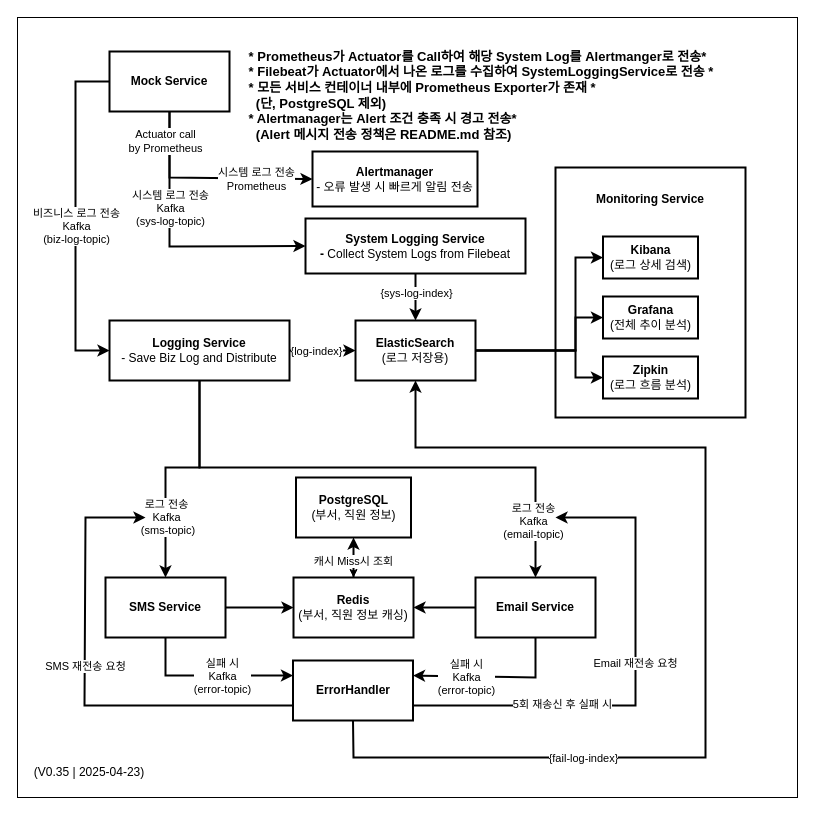
This is docs/architecture/MsaLogHandleProjects.drawio from rihee1214/logstream-alert-system, a draw.io file, before an edit. Source tidied: cells renumbered, new cells numbered last; positions are measured from the earlier drawing's top-left corner, leaving out a move shared by most shapes. Both pictures are drawn from the tidied source at 100%, with x=0, y=0 at pixel (17, 17).
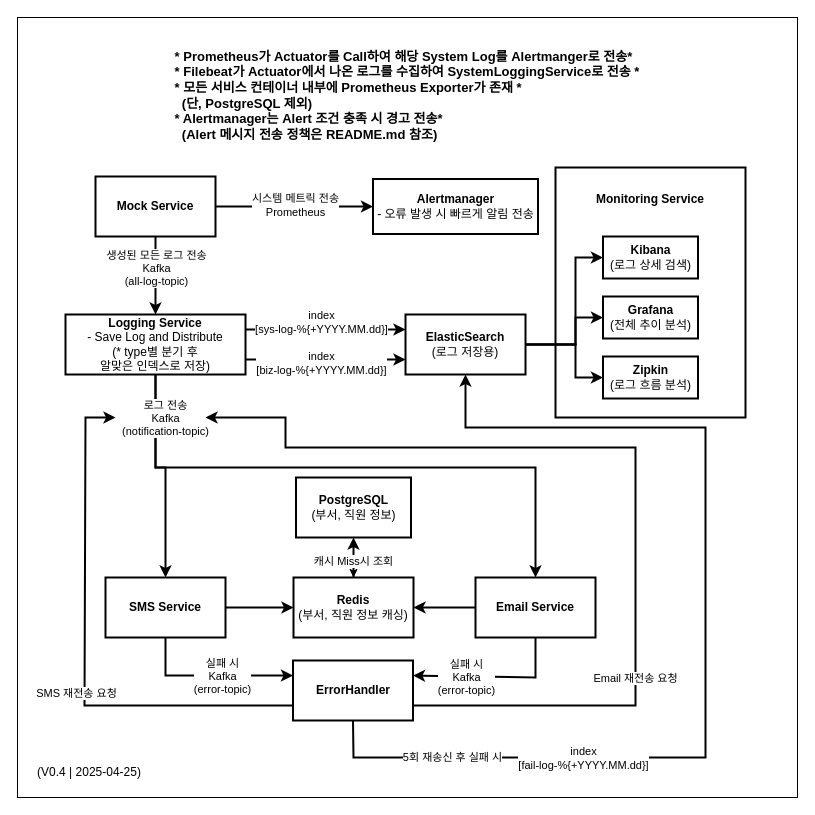
The same diagram, later.

Commit message (it also covers changes not shown here):
Refactor: Unified logging policy and updated architecture & documentation 리팩터링: 로그 정책 통합 및 아키텍처/문서 업데이트

Unchanged cells that the change refers to:
```xml
<mxCell id="11" value="&lt;font style=&quot;color: light-dark(rgb(0, 0, 0), rgb(0, 0, 0));&quot;&gt;&lt;b&gt;SMS Service&lt;/b&gt;&lt;/font&gt;" style="rounded=0;whiteSpace=wrap;html=1;fillColor=light-dark(#FFFFFF,#E8F0FE);strokeColor=light-dark(#000000,#333333);strokeWidth=2;" parent="1" vertex="1">
  <mxGeometry x="88" y="560" width="120" height="60" as="geometry" />
</mxCell>
<mxCell id="14" value="&lt;font style=&quot;color: light-dark(rgb(0, 0, 0), rgb(0, 0, 0));&quot;&gt;&lt;b&gt;Email Service&lt;/b&gt;&lt;/font&gt;" style="rounded=0;whiteSpace=wrap;html=1;fillColor=light-dark(#FFFFFF,#E8F0FE);strokeColor=light-dark(#000000,#333333);strokeWidth=2;" parent="1" vertex="1">
  <mxGeometry x="458" y="560" width="120" height="60" as="geometry" />
</mxCell>
<mxCell id="22" value="&lt;font style=&quot;color: light-dark(rgb(0, 0, 0), rgb(0, 0, 0));&quot;&gt;&lt;b&gt;ErrorHandler&lt;/b&gt;&lt;/font&gt;" style="rounded=0;whiteSpace=wrap;html=1;fillColor=light-dark(#FFFFFF,#E8F0FE);strokeColor=light-dark(#000000,#333333);strokeWidth=2;" parent="1" vertex="1">
  <mxGeometry x="275.5" y="643" width="120" height="60" as="geometry" />
</mxCell>
<mxCell id="33" value="&lt;font style=&quot;color: light-dark(rgb(0, 0, 0), rgb(0, 0, 0));&quot;&gt;&lt;b&gt;Kibana&lt;/b&gt;&lt;br&gt;(로그 상세 검색)&lt;/font&gt;" style="rounded=0;whiteSpace=wrap;html=1;fillColor=light-dark(#FFFFFF,#E8F0FE);strokeColor=light-dark(#000000,#333333);strokeWidth=2;" parent="1" vertex="1">
  <mxGeometry x="585.5" y="219" width="95" height="42" as="geometry" />
</mxCell>
<mxCell id="34" value="&lt;font style=&quot;color: light-dark(rgb(0, 0, 0), rgb(0, 0, 0));&quot;&gt;&lt;b&gt;Grafana&lt;br&gt;&lt;/b&gt;(전체 추이 분석)&lt;/font&gt;" style="rounded=0;whiteSpace=wrap;html=1;fillColor=light-dark(#FFFFFF,#E8F0FE);strokeColor=light-dark(#000000,#333333);strokeWidth=2;" parent="1" vertex="1">
  <mxGeometry x="585.5" y="279" width="95" height="42" as="geometry" />
</mxCell>
<mxCell id="46" value="&lt;font style=&quot;color: light-dark(rgb(0, 0, 0), rgb(0, 0, 0));&quot;&gt;&lt;b&gt;Zipkin&lt;br&gt;&lt;/b&gt;(로그 흐름 분석)&lt;/font&gt;" style="rounded=0;whiteSpace=wrap;html=1;fillColor=light-dark(#FFFFFF,#E8F0FE);strokeColor=light-dark(#000000,#333333);strokeWidth=2;" parent="1" vertex="1">
  <mxGeometry x="585.5" y="339" width="95" height="42" as="geometry" />
</mxCell>
```

What changed in the source:
```diff
@@
     <mxCell id="4" value="&lt;font style=&quot;color: light-dark(rgb(0, 0, 0), rgb(0, 0, 0));&quot;&gt;&lt;b&gt;Mock Service&lt;/b&gt;&lt;/font&gt;" style="rounded=0;whiteSpace=wrap;html=1;strokeColor=light-dark(#000000,#333333);strokeWidth=2;fillColor=light-dark(#FFFFFF,#E8F0FE);" parent="1" vertex="1">
-      <mxGeometry x="92" y="34" width="120" height="60" as="geometry" />
+      <mxGeometry x="78" y="159" width="120" height="60" as="geometry" />
     </mxCell>
-    <mxCell id="5" value="&lt;font style=&quot;color: light-dark(rgb(0, 0, 0), rgb(0, 0, 0));&quot;&gt;&lt;b&gt;Logging Service&lt;/b&gt;&lt;/font&gt;&lt;div&gt;&lt;font style=&quot;color: light-dark(rgb(0, 0, 0), rgb(0, 0, 0));&quot;&gt;- Save Biz Log and Distribute&lt;/font&gt;&lt;/div&gt;" style="rounded=0;whiteSpace=wrap;html=1;fillColor=light-dark(#FFFFFF,#E8F0FE);strokeColor=light-dark(#000000,#333333);strokeWidth=2;" parent="1" vertex="1">
-      <mxGeometry x="92" y="303" width="180" height="60" as="geometry" />
+    <mxCell id="5" value="&lt;font style=&quot;color: light-dark(rgb(0, 0, 0), rgb(0, 0, 0));&quot;&gt;&lt;b&gt;Logging Service&lt;/b&gt;&lt;/font&gt;&lt;div&gt;&lt;font style=&quot;color: light-dark(rgb(0, 0, 0), rgb(0, 0, 0));&quot;&gt;- Save Log and Distribute&lt;/font&gt;&lt;/div&gt;&lt;div&gt;&lt;font style=&quot;color: light-dark(rgb(0, 0, 0), rgb(0, 0, 0));&quot;&gt;(* type별 분기 후&lt;/font&gt;&lt;/div&gt;&lt;div&gt;&lt;font style=&quot;color: light-dark(rgb(0, 0, 0), rgb(0, 0, 0));&quot;&gt;알맞은 인덱스로 저장)&lt;/font&gt;&lt;/div&gt;" style="rounded=0;whiteSpace=wrap;html=1;fillColor=light-dark(#FFFFFF,#E8F0FE);strokeColor=light-dark(#000000,#333333);strokeWidth=2;" parent="1" vertex="1">
+      <mxGeometry x="48" y="297" width="180" height="60" as="geometry" />
     </mxCell>
-    <mxCell id="6" style="endArrow=classic;html=1;rounded=0;entryX=0;entryY=0.5;entryDx=0;entryDy=0;strokeColor=light-dark(#000000,#333333);strokeWidth=2;exitX=0;exitY=0.5;exitDx=0;exitDy=0;" parent="1" edge="1" source="4" target="5">
-      <mxGeometry relative="1" as="geometry">
-        <Array as="points">
-          <mxPoint x="58" y="64" />
-          <mxPoint x="58" y="333" />
-        </Array>
-      </mxGeometry>
+    <mxCell id="6" style="endArrow=classic;html=1;rounded=0;entryX=0.5;entryY=0;entryDx=0;entryDy=0;strokeColor=light-dark(#000000,#333333);strokeWidth=2;exitX=0.5;exitY=1;exitDx=0;exitDy=0;" parent="1" edge="1" source="4" target="5">
+      <mxGeometry relative="1" as="geometry" />
     </mxCell>
-    <mxCell id="7" value="&lt;font style=&quot;&quot;&gt;비즈니스 로그 전송&lt;br&gt;Kafka &lt;br&gt;(biz-log-topic)&lt;/font&gt;" style="edgeLabel;html=1;align=center;verticalAlign=middle;labelBackgroundColor=light-dark(#FFFFFF,#FFFFFF);fontColor=light-dark(#000000,#000000);" parent="6" vertex="1">
+    <mxCell id="7" value="&lt;font style=&quot;&quot;&gt;생성된 모든 로그 전송&lt;br&gt;Kafka &lt;br&gt;(all-log-topic)&lt;/font&gt;" style="edgeLabel;html=1;align=center;verticalAlign=middle;labelBackgroundColor=light-dark(#FFFFFF,#FFFFFF);fontColor=light-dark(#000000,#000000);" parent="6" vertex="1">
       <mxGeometry relative="1" as="geometry">
-        <mxPoint y="9" as="offset" />
+        <mxPoint y="-8" as="offset" />
       </mxGeometry>
     </mxCell>
-    <mxCell id="8" style="endArrow=classic;html=1;rounded=0;exitX=1;exitY=0.5;exitDx=0;exitDy=0;entryX=0;entryY=0.5;entryDx=0;entryDy=0;strokeColor=light-dark(#000000,#333333);strokeWidth=2;" parent="1" edge="1" source="5" target="10">
+    <mxCell id="8" style="endArrow=classic;html=1;rounded=0;exitX=1;exitY=0.75;exitDx=0;exitDy=0;entryX=0;entryY=0.75;entryDx=0;entryDy=0;strokeColor=light-dark(#000000,#333333);strokeWidth=2;" parent="1" edge="1" source="5" target="10">
       <mxGeometry relative="1" as="geometry" />
     </mxCell>
-    <mxCell id="9" value="{log-index}" style="edgeLabel;html=1;align=center;verticalAlign=middle;labelBackgroundColor=light-dark(#FFFFFF,#FFFFFF);fontColor=light-dark(#000000,#000000);" parent="8" vertex="1">
+    <mxCell id="9" value="index&lt;div&gt;[biz-log-%{+YYYY.MM.dd}]&lt;/div&gt;" style="edgeLabel;html=1;align=center;verticalAlign=middle;labelBackgroundColor=light-dark(#FFFFFF,#FFFFFF);fontColor=light-dark(#000000,#000000);" parent="8" vertex="1">
       <mxGeometry relative="1" as="geometry">
-        <mxPoint x="-7" as="offset" />
+        <mxPoint x="-5" y="3" as="offset" />
       </mxGeometry>
     </mxCell>
     <mxCell id="10" value="&lt;font style=&quot;color: light-dark(rgb(0, 0, 0), rgb(0, 0, 0));&quot;&gt;&lt;b&gt;ElasticSearch&lt;/b&gt;&lt;/font&gt;&lt;div&gt;&lt;font style=&quot;color: light-dark(rgb(0, 0, 0), rgb(0, 0, 0));&quot;&gt;(로그 저장용)&lt;/font&gt;&lt;/div&gt;" style="rounded=0;whiteSpace=wrap;html=1;fillColor=light-dark(#FFFFFF,#E8F0FE);strokeColor=light-dark(#000000,#333333);strokeWidth=2;" parent="1" vertex="1">
-      <mxGeometry x="338" y="303" width="120" height="60" as="geometry" />
+      <mxGeometry x="388" y="297" width="120" height="60" as="geometry" />
     </mxCell>
@@
     <mxCell id="12" style="endArrow=classic;html=1;rounded=0;exitX=0.5;exitY=1;exitDx=0;exitDy=0;entryX=0.5;entryY=0;entryDx=0;entryDy=0;strokeColor=light-dark(#000000,#333333);strokeWidth=2;" parent="1" edge="1" source="5" target="11">
       <mxGeometry relative="1" as="geometry">
         <Array as="points">
-          <mxPoint x="182" y="450" />
+          <mxPoint x="138" y="450" />
           <mxPoint x="148" y="450" />
         </Array>
       </mxGeometry>
     </mxCell>
-    <mxCell id="13" value="&lt;font style=&quot;&quot;&gt;로그 전송&lt;br&gt;Kafka&lt;br&gt;&amp;nbsp;(sms-topic)&lt;/font&gt;" style="edgeLabel;html=1;align=center;verticalAlign=middle;labelBackgroundColor=light-dark(#FFFFFF,#FFFFFF);fontColor=light-dark(#000000,#000000);" parent="12" vertex="1">
-      <mxGeometry relative="1" as="geometry">
-        <mxPoint x="-5" y="49" as="offset" />
-      </mxGeometry>
-    </mxCell>
@@
     <mxCell id="15" style="endArrow=classic;html=1;rounded=0;exitX=0.5;exitY=1;exitDx=0;exitDy=0;entryX=0.5;entryY=0;entryDx=0;entryDy=0;strokeColor=light-dark(#000000,#333333);strokeWidth=2;" parent="1" edge="1" source="5" target="14">
       <mxGeometry relative="1" as="geometry">
         <Array as="points">
-          <mxPoint x="182" y="450" />
+          <mxPoint x="138" y="450" />
           <mxPoint x="518" y="450" />
         </Array>
       </mxGeometry>
     </mxCell>
-    <mxCell id="16" value="로그 전송&lt;br&gt;Kafka&lt;br&gt;(email-topic)" style="edgeLabel;html=1;align=center;verticalAlign=middle;labelBackgroundColor=light-dark(#FFFFFF,#FFFFFF);fontColor=light-dark(#000000,#000000);" parent="15" vertex="1">
+    <mxCell id="16" value="로그 전송&lt;br&gt;Kafka&lt;br&gt;(notification-topic)" style="edgeLabel;html=1;align=center;verticalAlign=middle;labelBackgroundColor=light-dark(#FFFFFF,#FFFFFF);fontColor=light-dark(#000000,#000000);" parent="15" vertex="1">
       <mxGeometry relative="1" as="geometry">
-        <mxPoint x="153" y="53" as="offset" />
+        <mxPoint x="-190" y="-50" as="offset" />
       </mxGeometry>
     </mxCell>
@@
     <mxCell id="23" style="endArrow=classic;html=1;rounded=0;entryX=0.5;entryY=1;entryDx=0;entryDy=0;exitX=0.5;exitY=1;exitDx=0;exitDy=0;strokeWidth=2;strokeColor=light-dark(#000000,#333333);" parent="1" edge="1" source="22" target="10">
       <mxGeometry relative="1" as="geometry">
         <Array as="points">
           <mxPoint x="336" y="740" />
           <mxPoint x="688" y="740" />
-          <mxPoint x="688" y="430" />
-          <mxPoint x="398" y="430" />
+          <mxPoint x="688" y="410" />
+          <mxPoint x="448" y="410" />
         </Array>
       </mxGeometry>
     </mxCell>
-    <mxCell id="24" value="{fail-log-index}" style="edgeLabel;html=1;align=center;verticalAlign=middle;labelBackgroundColor=light-dark(#FFFFFF,#FFFFFF);fontColor=light-dark(#000000,#000000);" parent="1" vertex="1">
+    <mxCell id="24" value="index&lt;br&gt;[fail-log-%{+YYYY.MM.dd}]" style="edgeLabel;html=1;align=center;verticalAlign=middle;labelBackgroundColor=light-dark(#FFFFFF,#FFFFFF);fontColor=light-dark(#000000,#000000);" parent="1" vertex="1">
       <mxGeometry x="565.5" y="740" as="geometry" />
     </mxCell>
@@
     <mxCell id="29" style="endArrow=classic;html=1;rounded=0;exitX=0;exitY=0.75;exitDx=0;exitDy=0;strokeWidth=2;strokeColor=light-dark(#000000,#333333);" parent="1" edge="1" source="22">
       <mxGeometry relative="1" as="geometry">
-        <mxPoint x="128" y="500" as="targetPoint" />
+        <mxPoint x="98" y="400" as="targetPoint" />
         <Array as="points">
           <mxPoint x="67" y="688" />
-          <mxPoint x="68" y="500" />
+          <mxPoint x="68" y="400" />
         </Array>
       </mxGeometry>
     </mxCell>
     <mxCell id="30" value="SMS 재전송 요청" style="edgeLabel;html=1;align=center;verticalAlign=middle;labelBackgroundColor=light-dark(#FFFFFF,#FFFFFF);fontColor=light-dark(#000000,#000000);" parent="29" vertex="1">
       <mxGeometry relative="1" as="geometry">
-        <mxPoint y="-20" as="offset" />
+        <mxPoint x="-9" y="42" as="offset" />
       </mxGeometry>
     </mxCell>
     <mxCell id="31" style="endArrow=classic;html=1;rounded=0;exitX=1;exitY=0.75;exitDx=0;exitDy=0;strokeWidth=2;strokeColor=light-dark(#000000,#333333);" parent="1" edge="1" source="22">
       <mxGeometry relative="1" as="geometry">
-        <mxPoint x="538" y="500" as="targetPoint" />
+        <mxPoint x="188" y="400" as="targetPoint" />
         <Array as="points">
           <mxPoint x="618" y="688" />
-          <mxPoint x="618" y="500" />
+          <mxPoint x="618" y="430" />
+          <mxPoint x="268" y="430" />
+          <mxPoint x="268" y="400" />
         </Array>
       </mxGeometry>
     </mxCell>
     <mxCell id="32" value="Email 재전송 요청" style="edgeLabel;html=1;align=center;verticalAlign=middle;labelBackgroundColor=light-dark(#FFFFFF,#FFFFFF);fontColor=light-dark(#000000,#000000);" parent="31" vertex="1">
       <mxGeometry relative="1" as="geometry">
-        <mxPoint x="-1" y="-20" as="offset" />
+        <mxPoint x="-1" y="220" as="offset" />
       </mxGeometry>
     </mxCell>
@@
-    <mxCell id="35" value="&lt;font style=&quot;color: light-dark(rgb(0, 0, 0), rgb(0, 0, 0));&quot;&gt;&lt;b style=&quot;&quot;&gt;System Logging Service&lt;br&gt;- &lt;/b&gt;Collect System Logs from Filebeat&lt;/font&gt;" style="rounded=0;whiteSpace=wrap;html=1;fillColor=light-dark(#FFFFFF,#E8F0FE);strokeColor=light-dark(#000000,#333333);strokeWidth=2;" parent="1" vertex="1">
-      <mxGeometry x="288" y="201" width="220" height="55" as="geometry" />
-    </mxCell>
-    <mxCell id="36" style="endArrow=classic;html=1;rounded=0;exitX=0.5;exitY=1;exitDx=0;exitDy=0;entryX=0.5;entryY=0;entryDx=0;entryDy=0;strokeColor=light-dark(#000000,#333333);strokeWidth=2;" parent="1" edge="1" source="35" target="10">
+    <mxCell id="36" style="endArrow=classic;html=1;rounded=0;exitX=1;exitY=0.25;exitDx=0;exitDy=0;entryX=0;entryY=0.25;entryDx=0;entryDy=0;strokeColor=light-dark(#000000,#333333);strokeWidth=2;" parent="1" edge="1" source="5" target="10">
       <mxGeometry relative="1" as="geometry" />
     </mxCell>
-    <mxCell id="37" value="{sys-log-index}" style="edgeLabel;html=1;align=center;verticalAlign=middle;labelBackgroundColor=light-dark(#FFFFFF,#FFFFFF);fontColor=light-dark(#000000,#000000);" parent="36" vertex="1">
+    <mxCell id="37" value="index&lt;div&gt;[sys-log-%{+YYYY.MM.dd}]&lt;/div&gt;" style="edgeLabel;html=1;align=center;verticalAlign=middle;labelBackgroundColor=light-dark(#FFFFFF,#FFFFFF);fontColor=light-dark(#000000,#000000);" parent="36" vertex="1">
       <mxGeometry relative="1" as="geometry">
-        <mxPoint y="-5" as="offset" />
+        <mxPoint x="-5" y="-8" as="offset" />
       </mxGeometry>
     </mxCell>
-    <mxCell id="38" value="&lt;font style=&quot;color: light-dark(rgb(0, 0, 0), rgb(0, 0, 0));&quot;&gt;(V0.35 | 2025-04-23)&lt;/font&gt;" style="text;html=1;align=center;verticalAlign=middle;whiteSpace=wrap;rounded=0;" parent="1" vertex="1">
+    <mxCell id="38" value="&lt;font style=&quot;color: light-dark(rgb(0, 0, 0), rgb(0, 0, 0));&quot;&gt;(V0.4 | 2025-04-25)&lt;/font&gt;" style="text;html=1;align=center;verticalAlign=middle;whiteSpace=wrap;rounded=0;" parent="1" vertex="1">
       <mxGeometry x="2" y="740" width="140" height="30" as="geometry" />
     </mxCell>
-    <mxCell id="39" style="endArrow=classic;html=1;rounded=0;exitX=0.5;exitY=1;exitDx=0;exitDy=0;entryX=0;entryY=0.5;entryDx=0;entryDy=0;strokeColor=light-dark(#000000,#333333);strokeWidth=2;" parent="1" edge="1" source="4" target="35">
-      <mxGeometry relative="1" as="geometry">
-        <Array as="points">
-          <mxPoint x="152" y="229" />
-        </Array>
-      </mxGeometry>
-    </mxCell>
-    <mxCell id="40" value="&lt;font style=&quot;&quot;&gt;시스템 로그 전송&lt;br&gt;Kafka &lt;br&gt;(sys-log-topic)&lt;/font&gt;" style="edgeLabel;html=1;align=center;verticalAlign=middle;labelBackgroundColor=light-dark(#FFFFFF,#FFFFFF);fontColor=light-dark(#000000,#000000);" parent="1" vertex="1">
-      <mxGeometry x="152" y="190" as="geometry" />
-    </mxCell>
     <mxCell id="41" value="&lt;div style=&quot;text-align: left;&quot;&gt;&lt;font style=&quot;font-size: 13px; color: light-dark(rgb(0, 0, 0), rgb(211, 84, 0));&quot;&gt;&lt;b style=&quot;&quot;&gt;* Prometheus가 Actuator를 Call하여 해당 System Log를 Alertmanger로 전송*&lt;/b&gt;&lt;/font&gt;&lt;/div&gt;&lt;div style=&quot;text-align: left;&quot;&gt;&lt;font style=&quot;font-size: 13px; color: light-dark(rgb(0, 0, 0), rgb(211, 84, 0));&quot;&gt;&lt;b style=&quot;&quot;&gt;* Filebeat가 Actuator에서 나온 로그를 수집하여 SystemLoggingService로 전송 *&lt;br&gt;&lt;/b&gt;&lt;/font&gt;&lt;/div&gt;&lt;div style=&quot;text-align: left;&quot;&gt;&lt;font style=&quot;&quot;&gt;&lt;font style=&quot;color: light-dark(rgb(0, 0, 0), rgb(211, 84, 0)); font-size: 13px;&quot;&gt;&lt;b&gt;* 모든 서비스 컨테이너 내부에&amp;nbsp;&lt;/b&gt;&lt;/font&gt;&lt;font style=&quot;color: light-dark(rgb(0, 0, 0), rgb(211, 84, 0));&quot;&gt;&lt;b style=&quot;background-color: transparent; font-size: 13px;&quot;&gt;Prometheus Exporter가 존재&lt;/b&gt;&lt;b style=&quot;font-size: 13px; background-color: transparent;&quot;&gt;&amp;nbsp;*&lt;/b&gt;&lt;/font&gt;&lt;b style=&quot;color: light-dark(rgb(0, 0, 0), rgb(211, 84, 0)); font-size: 13px; background-color: transparent;&quot;&gt;&amp;nbsp;&lt;/b&gt;&lt;/font&gt;&lt;/div&gt;&lt;div style=&quot;text-align: left;&quot;&gt;&lt;font style=&quot;color: light-dark(rgb(0, 0, 0), rgb(211, 84, 0));&quot;&gt;&lt;b style=&quot;font-size: 13px; background-color: transparent;&quot;&gt;&amp;nbsp; (단,&amp;nbsp;&lt;/b&gt;&lt;b style=&quot;background-color: transparent; font-size: 13px;&quot;&gt;PostgreSQL 제외)&lt;/b&gt;&lt;/font&gt;&lt;/div&gt;&lt;div style=&quot;text-align: left;&quot;&gt;&lt;span style=&quot;background-color: transparent;&quot;&gt;&lt;font style=&quot;font-size: 13px; color: light-dark(rgb(0, 0, 0), rgb(211, 84, 0));&quot;&gt;&lt;b style=&quot;&quot;&gt;* Alertmanager는 Alert 조건 충족 시 경고 전송*&amp;nbsp;&lt;/b&gt;&lt;/font&gt;&lt;/span&gt;&lt;/div&gt;&lt;div style=&quot;text-align: left;&quot;&gt;&lt;b style=&quot;font-size: 13px; color: rgb(211, 84, 0);&quot;&gt;&lt;font style=&quot;color: light-dark(rgb(0, 0, 0), rgb(211, 84, 0));&quot;&gt;&amp;nbsp; (Alert 메시지 전송 정책은 README.md 참조)&lt;/font&gt;&lt;/b&gt;&lt;span style=&quot;background-color: transparent;&quot;&gt;&lt;font style=&quot;font-size: 13px; color: light-dark(rgb(0, 0, 0), rgb(211, 84, 0));&quot;&gt;&lt;b style=&quot;&quot;&gt;&lt;/b&gt;&lt;/font&gt;&lt;/span&gt;&lt;/div&gt;" style="text;html=1;align=center;verticalAlign=middle;whiteSpace=wrap;rounded=0;fillColor=light-dark(#FFFFFF,#FFFFFF);" parent="1" vertex="1">
-      <mxGeometry x="228" y="30" width="472" height="96" as="geometry" />
+      <mxGeometry x="154" y="30" width="472" height="96" as="geometry" />
     </mxCell>
     <mxCell id="42" value="&lt;font style=&quot;color: light-dark(rgb(0, 0, 0), rgb(0, 0, 0));&quot;&gt;&lt;b&gt;Alertmanager&lt;/b&gt;&lt;br&gt;- 오류 발생 시 빠르게 알림 전송&lt;/font&gt;" style="rounded=0;whiteSpace=wrap;html=1;fillColor=light-dark(#FFFFFF,#E8F0FE);strokeColor=light-dark(#000000,#333333);strokeWidth=2;" parent="1" vertex="1">
-      <mxGeometry x="295" y="134" width="165" height="55" as="geometry" />
+      <mxGeometry x="355.5" y="161.5" width="165" height="55" as="geometry" />
     </mxCell>
-    <mxCell id="43" style="endArrow=classic;html=1;rounded=0;exitX=0.5;exitY=1;exitDx=0;exitDy=0;entryX=0;entryY=0.5;entryDx=0;entryDy=0;strokeColor=light-dark(#000000,#333333);strokeWidth=2;" parent="1" edge="1" source="4" target="42">
-      <mxGeometry relative="1" as="geometry">
-        <Array as="points">
-          <mxPoint x="152" y="160" />
-        </Array>
-      </mxGeometry>
+    <mxCell id="43" style="endArrow=classic;html=1;rounded=0;exitX=1;exitY=0.5;exitDx=0;exitDy=0;entryX=0;entryY=0.5;entryDx=0;entryDy=0;strokeColor=light-dark(#000000,#333333);strokeWidth=2;" parent="1" edge="1" source="4" target="42">
+      <mxGeometry relative="1" as="geometry" />
     </mxCell>
-    <mxCell id="44" value="Actuator call&lt;br&gt;by Prometheus" style="edgeLabel;html=1;align=center;verticalAlign=middle;labelBackgroundColor=light-dark(#FFFFFF,#FFFFFF);fontColor=light-dark(#000000,#000000);" parent="1" vertex="1">
-      <mxGeometry x="154" y="126" as="geometry">
-        <mxPoint x="-7" y="-3" as="offset" />
-      </mxGeometry>
-    </mxCell>
-    <mxCell id="45" value="시스템 로그 전송&lt;br&gt;Prometheus" style="edgeLabel;html=1;align=center;verticalAlign=middle;labelBackgroundColor=light-dark(#FFFFFF,#FFFFFF);fontColor=light-dark(#000000,#000000);" parent="1" vertex="1">
-      <mxGeometry x="238" y="161.5" as="geometry" />
+    <mxCell id="45" value="시스템 메트릭 전송&lt;br&gt;Prometheus" style="edgeLabel;html=1;align=center;verticalAlign=middle;labelBackgroundColor=light-dark(#FFFFFF,#FFFFFF);fontColor=light-dark(#000000,#000000);" parent="1" vertex="1">
+      <mxGeometry x="283" y="191" as="geometry">
+        <mxPoint x="-6" y="-4" as="offset" />
+      </mxGeometry>
     </mxCell>
@@
     <mxCell id="47" style="endArrow=classic;html=1;rounded=0;entryX=0;entryY=0.5;entryDx=0;entryDy=0;strokeWidth=2;strokeColor=light-dark(#000000,#333333);exitX=1;exitY=0.5;exitDx=0;exitDy=0;" parent="1" edge="1" source="10" target="34">
       <mxGeometry relative="1" as="geometry">
         <Array as="points">
-          <mxPoint x="558" y="333" />
+          <mxPoint x="558" y="327" />
           <mxPoint x="558" y="300" />
         </Array>
       </mxGeometry>
     </mxCell>
     <mxCell id="48" style="endArrow=classic;html=1;rounded=0;entryX=0;entryY=0.5;entryDx=0;entryDy=0;strokeWidth=2;strokeColor=light-dark(#000000,#333333);exitX=1;exitY=0.5;exitDx=0;exitDy=0;" parent="1" edge="1" source="10" target="33">
       <mxGeometry relative="1" as="geometry">
         <Array as="points">
-          <mxPoint x="558" y="333" />
+          <mxPoint x="558" y="327" />
           <mxPoint x="558" y="240" />
         </Array>
       </mxGeometry>
     </mxCell>
     <mxCell id="49" style="endArrow=classic;html=1;rounded=0;entryX=0;entryY=0.5;entryDx=0;entryDy=0;strokeWidth=2;strokeColor=light-dark(#000000,#333333);exitX=1;exitY=0.5;exitDx=0;exitDy=0;" parent="1" edge="1" source="10" target="46">
       <mxGeometry relative="1" as="geometry">
         <Array as="points">
-          <mxPoint x="558" y="333" />
+          <mxPoint x="558" y="327" />
           <mxPoint x="558" y="360" />
         </Array>
       </mxGeometry>
     </mxCell>
@@
     <mxCell id="52" value="5회 재송신 후 실패 시" style="edgeLabel;html=1;align=center;verticalAlign=middle;labelBackgroundColor=light-dark(#FFFFFF,#FFFFFF);fontColor=light-dark(#000000,#000000);rotation=0;" parent="1" vertex="1">
-      <mxGeometry x="548" y="690" as="geometry">
+      <mxGeometry x="438" y="743" as="geometry">
         <mxPoint x="-4" y="-4" as="offset" />
       </mxGeometry>
     </mxCell>
```
